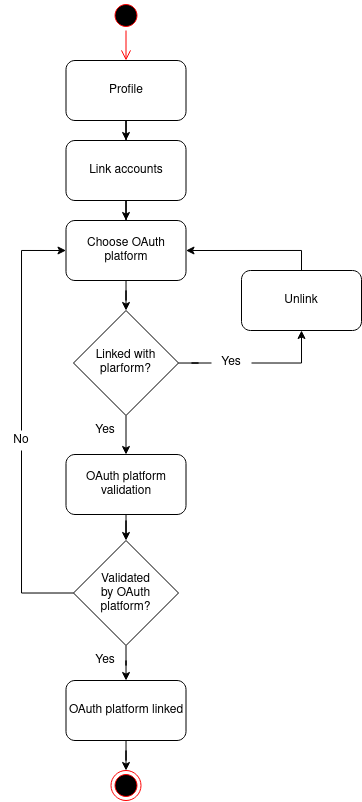
Before: figures/oauth_linking_user_flow.png, a diagram exported from draw.io (DEVELOPEST/gtm-thesis). Source tidied: cells renumbered, new cells last; positions are measured from the earlier drawing's top-left corner, leaving out a move shared by most shapes.
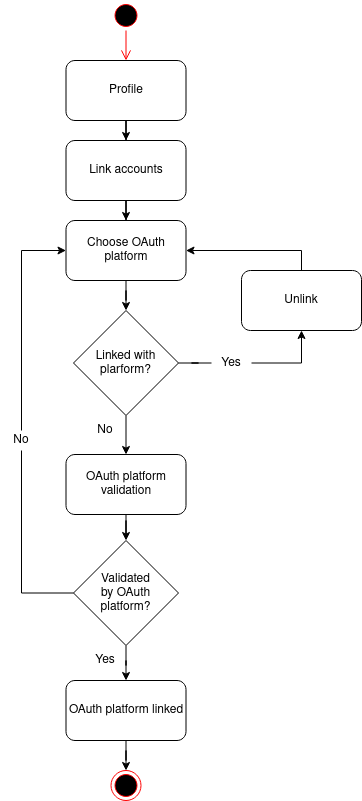
The same file after the commit.

Change to the diagram source:
```diff
@@ -88,7 +88,7 @@
     <mxCell id="27" style="ellipse;html=1;shape=endState;fillColor=#000000;strokeColor=#ff0000;" parent="1" vertex="1">
       <mxGeometry x="109.5" y="770" width="30" height="30" as="geometry" />
     </mxCell>
-    <mxCell id="28" value="&lt;p style=&quot;line-height: 190%&quot;&gt;Yes&lt;br&gt;&lt;/p&gt;" style="text;html=1;strokeColor=none;fillColor=none;align=center;verticalAlign=middle;whiteSpace=wrap;rounded=0;strokeWidth=3;" parent="1" vertex="1">
+    <mxCell id="28" value="No" style="text;html=1;strokeColor=none;fillColor=none;align=center;verticalAlign=middle;whiteSpace=wrap;rounded=0;strokeWidth=3;" parent="1" vertex="1">
       <mxGeometry x="84" y="420" width="40" height="20" as="geometry" />
     </mxCell>
   </root>
```
